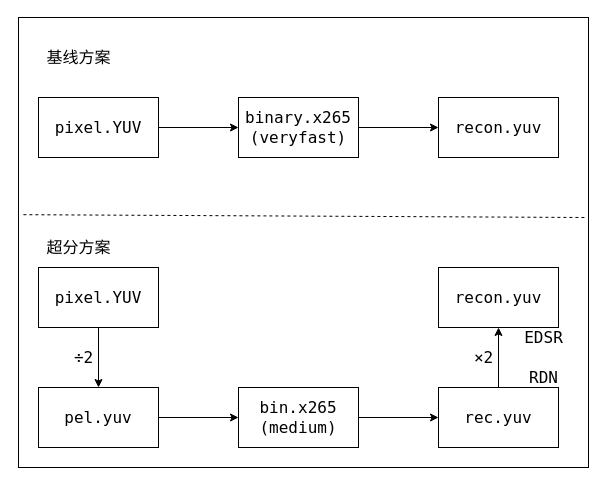
Joeyrr/draw.io keeps this draw.io diagram as XML/ZTE_VCM_SR.drawio. Above is the earlier version. Source tidied: cells renumbered, new cells numbered last; positions are measured from the earlier drawing's top-left corner, leaving out a move shared by most shapes. Both pictures are drawn from the tidied source at 100%, with x=0, y=0 at pixel (18, 17).
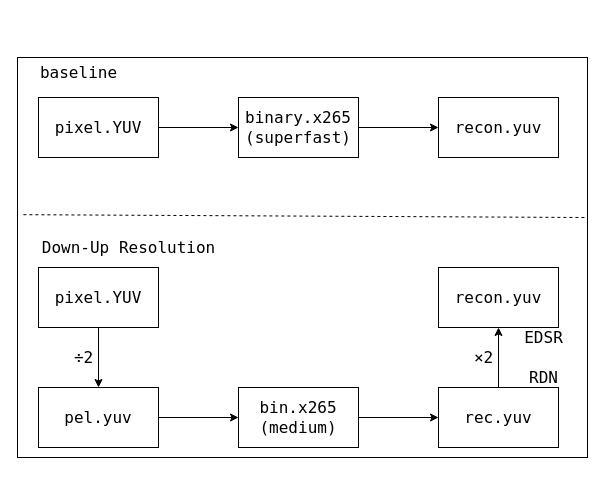
The same diagram, later.

Change to the diagram source:
```diff
@@
-<mxGraphModel>
+<mxGraphModel background="#ffffff">
@@
-    <mxCell id="10" value="binary.x265&lt;br&gt;(veryfast)" style="whiteSpace=wrap;html=1;fontSize=16;fontFamily=Lucida Console;rounded=0;" parent="1" vertex="1">
+    <mxCell id="10" value="binary.x265&lt;br&gt;(superfast)" style="whiteSpace=wrap;html=1;fontSize=16;fontFamily=Lucida Console;rounded=0;" parent="1" vertex="1">
       <mxGeometry x="220" y="80" width="120" height="60" as="geometry" />
     </mxCell>
@@
-    <mxCell id="20" value="基线方案" style="text;html=1;align=center;verticalAlign=middle;fillColor=none;strokeColor=none;rounded=0;fontFamily=Lucida Console;fontSize=16;" parent="1" vertex="1">
-      <mxGeometry x="20" y="30" width="80" height="20" as="geometry" />
+    <mxCell id="20" value="baseline" style="text;html=1;align=center;verticalAlign=middle;fillColor=none;strokeColor=none;rounded=0;fontFamily=Lucida Console;fontSize=16;" parent="1" vertex="1">
+      <mxGeometry x="15" y="45" width="90" height="20" as="geometry" />
     </mxCell>
-    <mxCell id="21" value="超分方案" style="text;html=1;align=center;verticalAlign=middle;fillColor=none;strokeColor=none;rounded=0;fontFamily=Lucida Console;fontSize=16;" parent="1" vertex="1">
-      <mxGeometry x="20" y="220" width="80" height="20" as="geometry" />
+    <mxCell id="21" value="Down-Up Resolution" style="text;html=1;align=center;verticalAlign=middle;fillColor=none;strokeColor=none;rounded=0;fontFamily=Lucida Console;fontSize=16;" parent="1" vertex="1">
+      <mxGeometry x="15" y="220" width="190" height="20" as="geometry" />
     </mxCell>
     <mxCell id="22" style="rounded=0;whiteSpace=wrap;html=1;fontFamily=Lucida Console;fontSize=16;fillOpacity=0;" parent="1" vertex="1">
-      <mxGeometry width="570" height="450" as="geometry" />
+      <mxGeometry x="-1" y="40" width="570" height="400" as="geometry" />
     </mxCell>
```
